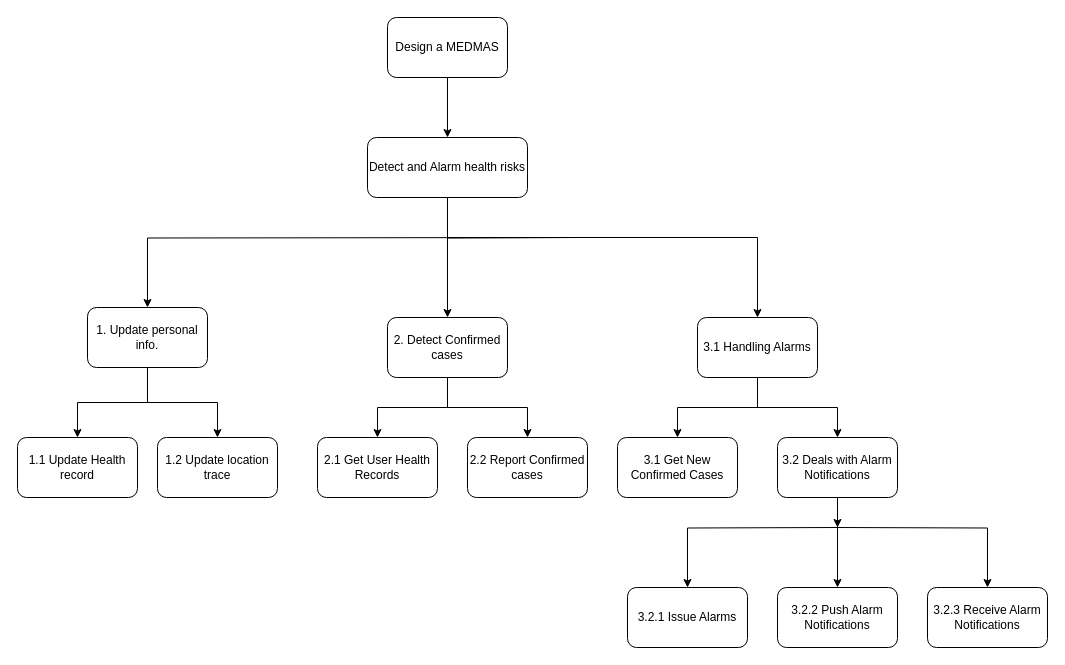
Above: Goal Hierarchy Xun.drawio in AceOfSpadeszzz/SENG696 (draw.io), before the change. Source tidied: cells renumbered, new cells numbered last; positions are measured from the earlier drawing's top-left corner, leaving out a move shared by most shapes. Both pictures are drawn from the tidied source at 100%, with x=0, y=0 at pixel (17, 17).
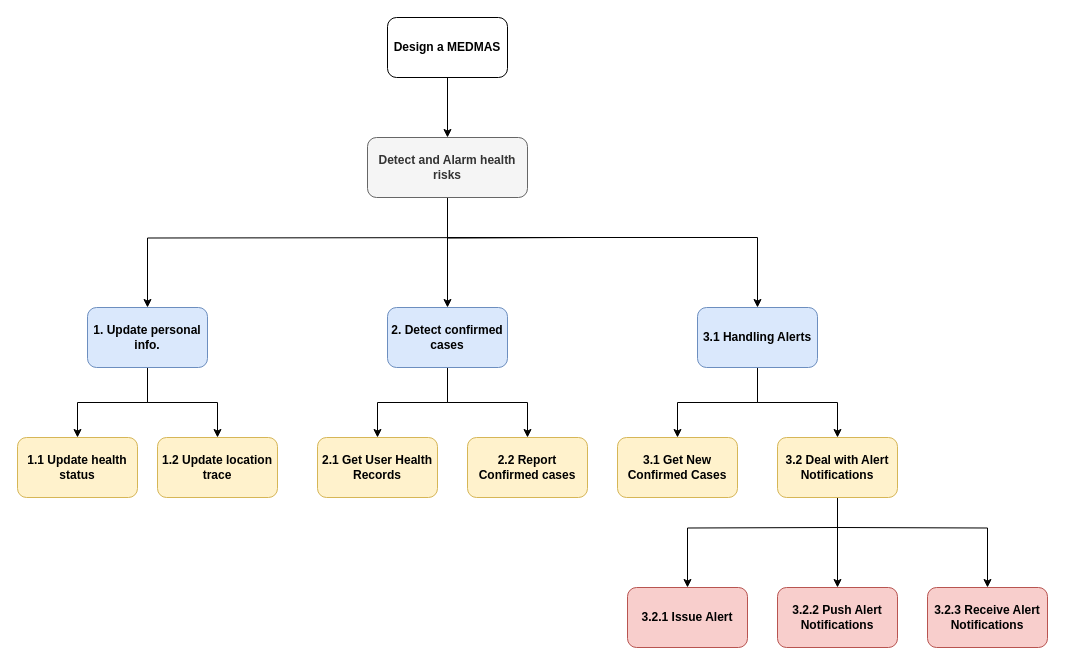
The same diagram, later.

Change to the diagram source:
```diff
@@
-    <mxCell id="2" style="edgeStyle=orthogonalEdgeStyle;rounded=0;jettySize=auto;html=1;entryX=0.5;entryY=0;entryDx=0;entryDy=0;" parent="1" edge="1" target="8">
+    <mxCell id="2" style="edgeStyle=orthogonalEdgeStyle;rounded=0;jettySize=auto;html=1;entryX=0.5;entryY=0;entryDx=0;entryDy=0;fontStyle=1;" parent="1" edge="1" target="8">
       <mxGeometry relative="1" as="geometry">
         <mxPoint x="560" y="220" as="sourcePoint" />
       </mxGeometry>
     </mxCell>
-    <mxCell id="3" style="edgeStyle=orthogonalEdgeStyle;rounded=0;jettySize=auto;html=1;entryX=0.5;entryY=0;entryDx=0;entryDy=0;exitX=0.5;exitY=1;exitDx=0;exitDy=0;" parent="1" edge="1" source="5" target="11">
+    <mxCell id="3" style="edgeStyle=orthogonalEdgeStyle;rounded=0;jettySize=auto;html=1;entryX=0.5;entryY=0;entryDx=0;entryDy=0;exitX=0.5;exitY=1;exitDx=0;exitDy=0;fontStyle=1;" parent="1" edge="1" source="5" target="11">
       <mxGeometry relative="1" as="geometry">
         <Array as="points">
           <mxPoint x="430" y="220" />
           <mxPoint x="740" y="220" />
         </Array>
       </mxGeometry>
     </mxCell>
-    <mxCell id="4" style="edgeStyle=orthogonalEdgeStyle;rounded=0;jettySize=auto;html=1;entryX=0.5;entryY=0;entryDx=0;entryDy=0;" parent="1" edge="1" target="14">
+    <mxCell id="4" style="edgeStyle=orthogonalEdgeStyle;rounded=0;jettySize=auto;html=1;entryX=0.5;entryY=0;entryDx=0;entryDy=0;fontStyle=1;" parent="1" edge="1" target="14">
       <mxGeometry relative="1" as="geometry">
         <mxPoint x="560" y="220" as="sourcePoint" />
       </mxGeometry>
     </mxCell>
-    <mxCell id="5" value="Detect and Alarm health risks" style="rounded=1;whiteSpace=wrap;html=1;" parent="1" vertex="1">
+    <mxCell id="5" value="Detect and Alarm health risks" style="rounded=1;whiteSpace=wrap;html=1;fontStyle=1;fillColor=#f5f5f5;strokeColor=#666666;fontColor=#333333;" parent="1" vertex="1">
       <mxGeometry x="350" y="120" width="160" height="60" as="geometry" />
     </mxCell>
-    <mxCell id="6" style="edgeStyle=orthogonalEdgeStyle;rounded=0;jettySize=auto;html=1;" parent="1" edge="1" source="8" target="15">
+    <mxCell id="6" style="edgeStyle=orthogonalEdgeStyle;rounded=0;jettySize=auto;html=1;fontStyle=1;" parent="1" edge="1" source="8" target="15">
       <mxGeometry relative="1" as="geometry" />
     </mxCell>
-    <mxCell id="7" style="edgeStyle=orthogonalEdgeStyle;rounded=0;jettySize=auto;html=1;entryX=0.5;entryY=0;entryDx=0;entryDy=0;" parent="1" edge="1" source="8" target="22">
+    <mxCell id="7" style="edgeStyle=orthogonalEdgeStyle;rounded=0;jettySize=auto;html=1;entryX=0.5;entryY=0;entryDx=0;entryDy=0;fontStyle=1;" parent="1" edge="1" source="8" target="22">
       <mxGeometry relative="1" as="geometry" />
     </mxCell>
-    <mxCell id="8" value="1. Update personal info." style="rounded=1;whiteSpace=wrap;html=1;" parent="1" vertex="1">
+    <mxCell id="8" value="1. Update personal info." style="rounded=1;whiteSpace=wrap;html=1;fontStyle=1;fillColor=#dae8fc;strokeColor=#6c8ebf;" parent="1" vertex="1">
       <mxGeometry x="70" y="290" width="120" height="60" as="geometry" />
     </mxCell>
-    <mxCell id="9" style="edgeStyle=orthogonalEdgeStyle;rounded=0;jettySize=auto;html=1;" parent="1" edge="1" source="11" target="18">
+    <mxCell id="9" style="edgeStyle=orthogonalEdgeStyle;rounded=0;jettySize=auto;html=1;fontStyle=1;" parent="1" edge="1" source="11" target="18">
       <mxGeometry relative="1" as="geometry" />
     </mxCell>
-    <mxCell id="10" style="edgeStyle=orthogonalEdgeStyle;rounded=0;jettySize=auto;html=1;entryX=0.5;entryY=0;entryDx=0;entryDy=0;" parent="1" edge="1" source="11" target="24">
+    <mxCell id="10" style="edgeStyle=orthogonalEdgeStyle;rounded=0;jettySize=auto;html=1;entryX=0.5;entryY=0;entryDx=0;entryDy=0;fontStyle=1;" parent="1" edge="1" source="11" target="24">
       <mxGeometry relative="1" as="geometry" />
     </mxCell>
-    <mxCell id="11" value="3.1 Handling Alarms" style="rounded=1;whiteSpace=wrap;html=1;" parent="1" vertex="1">
-      <mxGeometry x="680" y="300" width="120" height="60" as="geometry" />
+    <mxCell id="11" value="3.1 Handling Alerts" style="rounded=1;whiteSpace=wrap;html=1;fontStyle=1;fillColor=#dae8fc;strokeColor=#6c8ebf;" parent="1" vertex="1">
+      <mxGeometry x="680" y="290" width="120" height="60" as="geometry" />
     </mxCell>
-    <mxCell id="12" style="edgeStyle=orthogonalEdgeStyle;rounded=0;jettySize=auto;html=1;" parent="1" edge="1" source="14" target="19">
+    <mxCell id="12" style="edgeStyle=orthogonalEdgeStyle;rounded=0;jettySize=auto;html=1;fontStyle=1;" parent="1" edge="1" source="14" target="19">
       <mxGeometry relative="1" as="geometry" />
     </mxCell>
-    <mxCell id="13" style="edgeStyle=orthogonalEdgeStyle;rounded=0;jettySize=auto;html=1;entryX=0.5;entryY=0;entryDx=0;entryDy=0;" parent="1" edge="1" source="14" target="23">
+    <mxCell id="13" style="edgeStyle=orthogonalEdgeStyle;rounded=0;jettySize=auto;html=1;entryX=0.5;entryY=0;entryDx=0;entryDy=0;fontStyle=1;" parent="1" edge="1" source="14" target="23">
       <mxGeometry relative="1" as="geometry" />
     </mxCell>
-    <mxCell id="14" value="2. Detect Confirmed cases" style="rounded=1;whiteSpace=wrap;html=1;" parent="1" vertex="1">
-      <mxGeometry x="370" y="300" width="120" height="60" as="geometry" />
+    <mxCell id="14" value="2. Detect confirmed cases" style="rounded=1;whiteSpace=wrap;html=1;fontStyle=1;fillColor=#dae8fc;strokeColor=#6c8ebf;" parent="1" vertex="1">
+      <mxGeometry x="370" y="290" width="120" height="60" as="geometry" />
     </mxCell>
-    <mxCell id="15" value="1.2 Update location trace" style="rounded=1;whiteSpace=wrap;html=1;" parent="1" vertex="1">
+    <mxCell id="15" value="1.2 Update location trace" style="rounded=1;whiteSpace=wrap;html=1;fontStyle=1;fillColor=#fff2cc;strokeColor=#d6b656;" parent="1" vertex="1">
       <mxGeometry x="140" y="420" width="120" height="60" as="geometry" />
     </mxCell>
-    <mxCell id="16" style="edgeStyle=orthogonalEdgeStyle;rounded=0;jettySize=auto;html=1;" parent="1" edge="1" source="18">
-      <mxGeometry relative="1" as="geometry">
-        <mxPoint x="820" y="510" as="targetPoint" />
-      </mxGeometry>
+    <mxCell id="16" style="edgeStyle=orthogonalEdgeStyle;rounded=0;jettySize=auto;html=1;entryX=0.5;entryY=0;entryDx=0;entryDy=0;fontStyle=1;" parent="1" edge="1" source="18" target="29">
+      <mxGeometry relative="1" as="geometry" />
     </mxCell>
-    <mxCell id="17" style="edgeStyle=orthogonalEdgeStyle;rounded=0;jettySize=auto;html=1;exitX=0.5;exitY=1;exitDx=0;exitDy=0;entryX=0.5;entryY=0;entryDx=0;entryDy=0;" parent="1" edge="1" source="18" target="29">
-      <mxGeometry relative="1" as="geometry" />
-    </mxCell>
-    <mxCell id="18" value="3.2 Deals with Alarm Notifications" style="rounded=1;whiteSpace=wrap;html=1;" parent="1" vertex="1">
+    <mxCell id="18" value="3.2 Deal with Alert Notifications" style="rounded=1;whiteSpace=wrap;html=1;fontStyle=1;fillColor=#fff2cc;strokeColor=#d6b656;" parent="1" vertex="1">
       <mxGeometry x="760" y="420" width="120" height="60" as="geometry" />
     </mxCell>
-    <mxCell id="19" value="2.2 Report Confirmed cases" style="rounded=1;whiteSpace=wrap;html=1;" parent="1" vertex="1">
+    <mxCell id="19" value="2.2 Report Confirmed cases" style="rounded=1;whiteSpace=wrap;html=1;fontStyle=1;fillColor=#fff2cc;strokeColor=#d6b656;" parent="1" vertex="1">
       <mxGeometry x="450" y="420" width="120" height="60" as="geometry" />
     </mxCell>
-    <mxCell id="20" style="edgeStyle=orthogonalEdgeStyle;rounded=0;jettySize=auto;html=1;" parent="1" edge="1" source="21" target="5">
+    <mxCell id="20" style="edgeStyle=orthogonalEdgeStyle;rounded=0;jettySize=auto;html=1;fontStyle=1;" parent="1" edge="1" source="21" target="5">
       <mxGeometry relative="1" as="geometry" />
     </mxCell>
-    <mxCell id="21" value="Design a MEDMAS" style="rounded=1;whiteSpace=wrap;html=1;" parent="1" vertex="1">
+    <mxCell id="21" value="Design a MEDMAS" style="rounded=1;whiteSpace=wrap;html=1;fontStyle=1;" parent="1" vertex="1">
       <mxGeometry x="370" width="120" height="60" as="geometry" />
     </mxCell>
-    <mxCell id="22" value="1.1 Update Health record" style="rounded=1;whiteSpace=wrap;html=1;" parent="1" vertex="1">
+    <mxCell id="22" value="1.1 Update health status" style="rounded=1;whiteSpace=wrap;html=1;fontStyle=1;fillColor=#fff2cc;strokeColor=#d6b656;" parent="1" vertex="1">
       <mxGeometry y="420" width="120" height="60" as="geometry" />
     </mxCell>
-    <mxCell id="23" value="2.1 Get User Health Records" style="rounded=1;whiteSpace=wrap;html=1;" parent="1" vertex="1">
+    <mxCell id="23" value="2.1 Get User Health Records" style="rounded=1;whiteSpace=wrap;html=1;fontStyle=1;fillColor=#fff2cc;strokeColor=#d6b656;" parent="1" vertex="1">
       <mxGeometry x="300" y="420" width="120" height="60" as="geometry" />
     </mxCell>
-    <mxCell id="24" value="3.1 Get New Confirmed Cases" style="rounded=1;whiteSpace=wrap;html=1;" parent="1" vertex="1">
+    <mxCell id="24" value="3.1 Get New Confirmed Cases" style="rounded=1;whiteSpace=wrap;html=1;fontStyle=1;fillColor=#fff2cc;strokeColor=#d6b656;" parent="1" vertex="1">
       <mxGeometry x="600" y="420" width="120" height="60" as="geometry" />
     </mxCell>
-    <mxCell id="25" style="edgeStyle=orthogonalEdgeStyle;rounded=0;jettySize=auto;html=1;" parent="1" edge="1" target="27">
+    <mxCell id="25" style="edgeStyle=orthogonalEdgeStyle;rounded=0;jettySize=auto;html=1;fontStyle=1;" parent="1" edge="1" target="27">
       <mxGeometry relative="1" as="geometry">
         <mxPoint x="820" y="510" as="sourcePoint" />
       </mxGeometry>
     </mxCell>
-    <mxCell id="26" style="edgeStyle=orthogonalEdgeStyle;rounded=0;jettySize=auto;html=1;entryX=0.5;entryY=0;entryDx=0;entryDy=0;" parent="1" edge="1" target="28">
+    <mxCell id="26" style="edgeStyle=orthogonalEdgeStyle;rounded=0;jettySize=auto;html=1;entryX=0.5;entryY=0;entryDx=0;entryDy=0;fontStyle=1;" parent="1" edge="1" target="28">
       <mxGeometry relative="1" as="geometry">
         <mxPoint x="820" y="510" as="sourcePoint" />
       </mxGeometry>
     </mxCell>
-    <mxCell id="27" value="3.2.3 Receive Alarm Notifications" style="rounded=1;whiteSpace=wrap;html=1;" parent="1" vertex="1">
+    <mxCell id="27" value="3.2.3 Receive Alert Notifications" style="rounded=1;whiteSpace=wrap;html=1;fontStyle=1;fillColor=#f8cecc;strokeColor=#b85450;" parent="1" vertex="1">
       <mxGeometry x="910" y="570" width="120" height="60" as="geometry" />
     </mxCell>
-    <mxCell id="28" value="3.2.1 Issue Alarms" style="rounded=1;whiteSpace=wrap;html=1;" parent="1" vertex="1">
+    <mxCell id="28" value="3.2.1 Issue Alert" style="rounded=1;whiteSpace=wrap;html=1;fontStyle=1;fillColor=#f8cecc;strokeColor=#b85450;" parent="1" vertex="1">
       <mxGeometry x="610" y="570" width="120" height="60" as="geometry" />
     </mxCell>
-    <mxCell id="29" value="3.2.2 Push Alarm Notifications" style="rounded=1;whiteSpace=wrap;html=1;" parent="1" vertex="1">
+    <mxCell id="29" value="3.2.2 Push Alert Notifications" style="rounded=1;whiteSpace=wrap;html=1;fontStyle=1;fillColor=#f8cecc;strokeColor=#b85450;" parent="1" vertex="1">
       <mxGeometry x="760" y="570" width="120" height="60" as="geometry" />
     </mxCell>
```
